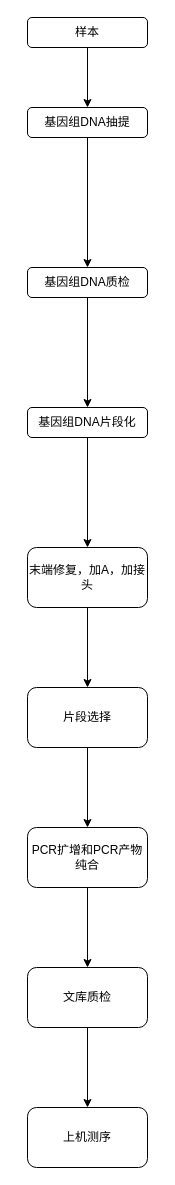
Before: wgs_experiment.drawio in chenminicode/drawio, a draw.io diagram. Source tidied: cells renumbered, new cells numbered last; positions are measured from the earlier drawing's top-left corner, leaving out a move shared by most shapes. Both pictures are drawn from the tidied source at 100%, with x=0, y=0 at pixel (27, 17).
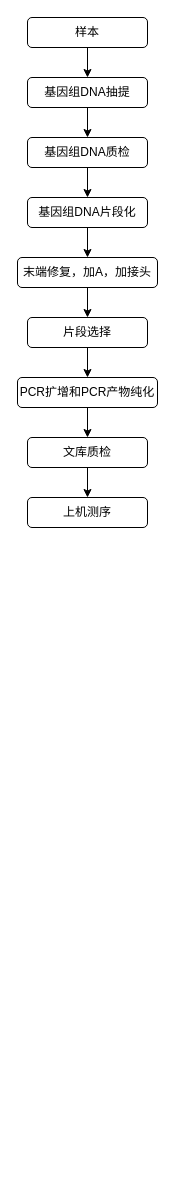
The same diagram, later.

What changed in the source:
```diff
@@
 <mxGraphModel>
   <root>
     <mxCell id="0" />
     <mxCell id="1" parent="0" />
     <mxCell id="2" style="edgeStyle=orthogonalEdgeStyle;rounded=0;jettySize=auto;html=1;" parent="1" edge="1" source="3" target="5">
       <mxGeometry relative="1" as="geometry" />
     </mxCell>
     <mxCell id="3" value="样本" style="rounded=1;whiteSpace=wrap;html=1;imageHeight=30;" parent="1" vertex="1">
       <mxGeometry width="120" height="30" as="geometry" />
     </mxCell>
     <mxCell id="4" style="edgeStyle=orthogonalEdgeStyle;rounded=0;jettySize=auto;html=1;" parent="1" edge="1" source="5" target="7">
       <mxGeometry relative="1" as="geometry" />
     </mxCell>
     <mxCell id="5" value="基因组DNA抽提" style="rounded=1;whiteSpace=wrap;html=1;imageHeight=30;" parent="1" vertex="1">
-      <mxGeometry y="90" width="120" height="30" as="geometry" />
+      <mxGeometry y="60" width="120" height="30" as="geometry" />
     </mxCell>
     <mxCell id="6" style="edgeStyle=orthogonalEdgeStyle;rounded=0;jettySize=auto;html=1;" parent="1" edge="1" source="7" target="9">
       <mxGeometry relative="1" as="geometry" />
     </mxCell>
     <mxCell id="7" value="基因组DNA质检" style="rounded=1;whiteSpace=wrap;html=1;imageHeight=30;" parent="1" vertex="1">
-      <mxGeometry y="250" width="120" height="30" as="geometry" />
+      <mxGeometry y="120" width="120" height="30" as="geometry" />
     </mxCell>
     <mxCell id="8" style="edgeStyle=orthogonalEdgeStyle;rounded=0;jettySize=auto;html=1;" parent="1" edge="1" source="9" target="11">
       <mxGeometry relative="1" as="geometry" />
     </mxCell>
     <mxCell id="9" value="基因组DNA片段化" style="rounded=1;whiteSpace=wrap;html=1;imageHeight=30;" parent="1" vertex="1">
-      <mxGeometry y="390" width="120" height="30" as="geometry" />
+      <mxGeometry y="180" width="120" height="30" as="geometry" />
     </mxCell>
     <mxCell id="10" style="edgeStyle=orthogonalEdgeStyle;rounded=0;jettySize=auto;html=1;" parent="1" edge="1" source="11" target="13">
       <mxGeometry relative="1" as="geometry" />
     </mxCell>
     <mxCell id="11" value="末端修复，加A，加接头" style="rounded=1;whiteSpace=wrap;html=1;imageHeight=30;" parent="1" vertex="1">
-      <mxGeometry y="530" width="120" height="60" as="geometry" />
+      <mxGeometry x="-10" y="240" width="140" height="30" as="geometry" />
     </mxCell>
     <mxCell id="12" style="edgeStyle=orthogonalEdgeStyle;rounded=0;jettySize=auto;html=1;" parent="1" edge="1" source="13" target="15">
       <mxGeometry relative="1" as="geometry" />
     </mxCell>
     <mxCell id="13" value="片段选择" style="rounded=1;whiteSpace=wrap;html=1;imageHeight=30;" parent="1" vertex="1">
-      <mxGeometry y="670" width="120" height="60" as="geometry" />
+      <mxGeometry y="300" width="120" height="30" as="geometry" />
     </mxCell>
     <mxCell id="14" style="edgeStyle=orthogonalEdgeStyle;rounded=0;jettySize=auto;html=1;" parent="1" edge="1" source="15" target="17">
       <mxGeometry relative="1" as="geometry" />
     </mxCell>
-    <mxCell id="15" value="PCR扩增和PCR产物纯合" style="rounded=1;whiteSpace=wrap;html=1;imageHeight=30;" parent="1" vertex="1">
-      <mxGeometry y="810" width="120" height="60" as="geometry" />
+    <mxCell id="15" value="PCR扩增和PCR产物纯化" style="rounded=1;whiteSpace=wrap;html=1;imageHeight=30;" parent="1" vertex="1">
+      <mxGeometry x="-10" y="360" width="140" height="30" as="geometry" />
     </mxCell>
     <mxCell id="16" style="edgeStyle=orthogonalEdgeStyle;rounded=0;jettySize=auto;html=1;" parent="1" edge="1" source="17" target="18">
       <mxGeometry relative="1" as="geometry" />
     </mxCell>
     <mxCell id="17" value="文库质检" style="rounded=1;whiteSpace=wrap;html=1;imageHeight=30;" parent="1" vertex="1">
-      <mxGeometry y="950" width="120" height="60" as="geometry" />
+      <mxGeometry y="420" width="120" height="30" as="geometry" />
     </mxCell>
     <mxCell id="18" value="上机测序" style="rounded=1;whiteSpace=wrap;html=1;imageHeight=30;" parent="1" vertex="1">
-      <mxGeometry y="1090" width="120" height="60" as="geometry" />
+      <mxGeometry y="480" width="120" height="30" as="geometry" />
     </mxCell>
   </root>
 </mxGraphModel>
```
